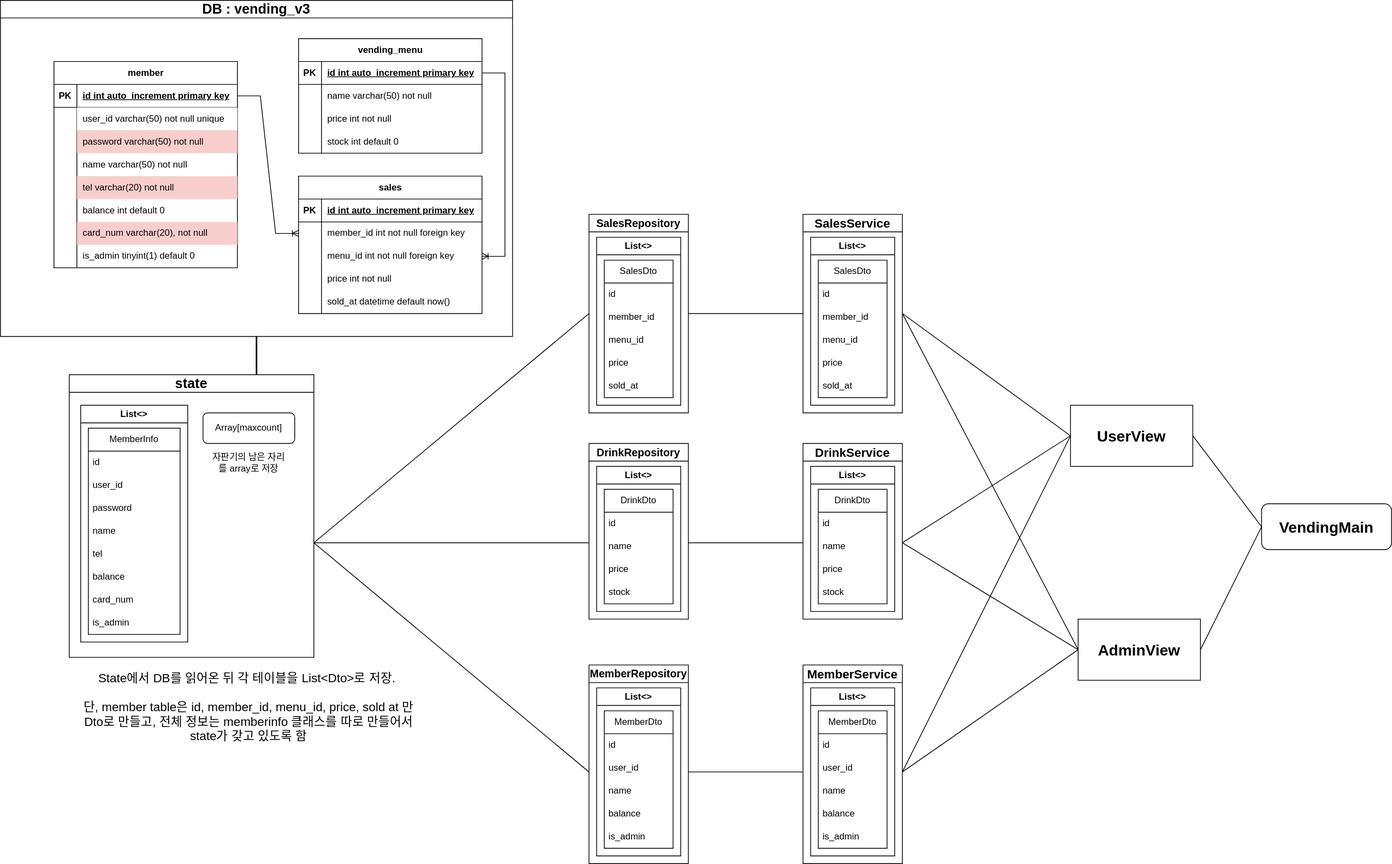
Earlier version of the draw.io export Vending_v3.drawio.svg (JephyrWing/vending_v3). Source tidied: cells renumbered, new cells last; positions are measured from the earlier drawing's top-left corner, leaving out a move shared by most shapes.
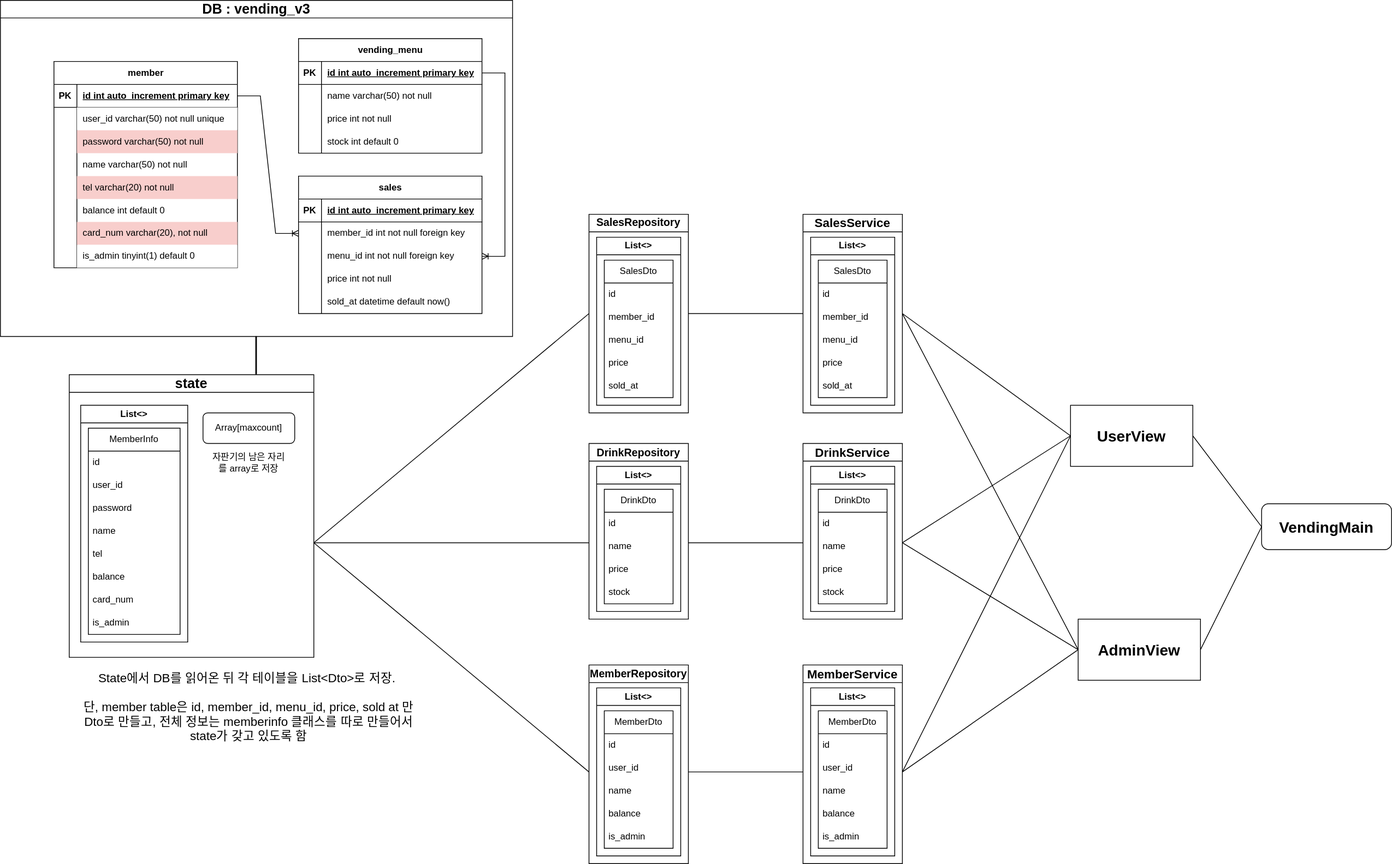
Above is the later version.

What changed in the source:
```diff
@@ -77,7 +77,7 @@
     <mxCell id="26" style="shape=partialRectangle;fillColor=none;top=0;left=0;bottom=0;right=0;overflow=hidden;whiteSpace=wrap;html=1;" parent="25" vertex="1">
       <mxGeometry width="30" height="30" as="geometry" />
     </mxCell>
-    <mxCell id="27" value="is_admin tinyint(1) default 0" style="shape=partialRectangle;fillColor=none;top=0;left=0;bottom=0;right=0;align=left;spacingLeft=6;overflow=hidden;whiteSpace=wrap;html=1;" parent="25" vertex="1">
+    <mxCell id="27" value="is_admin tinyint(1) default 0" style="shape=partialRectangle;fillColor=default;top=0;left=0;bottom=0;right=0;align=left;spacingLeft=6;overflow=hidden;whiteSpace=wrap;html=1;" parent="25" vertex="1">
       <mxGeometry x="30" width="210" height="30" as="geometry" />
     </mxCell>
     <mxCell id="28" value="vending_menu" style="shape=table;startSize=30;rowLines=0;fontStyle=1;align=center;html=1;" parent="2" vertex="1">
```
